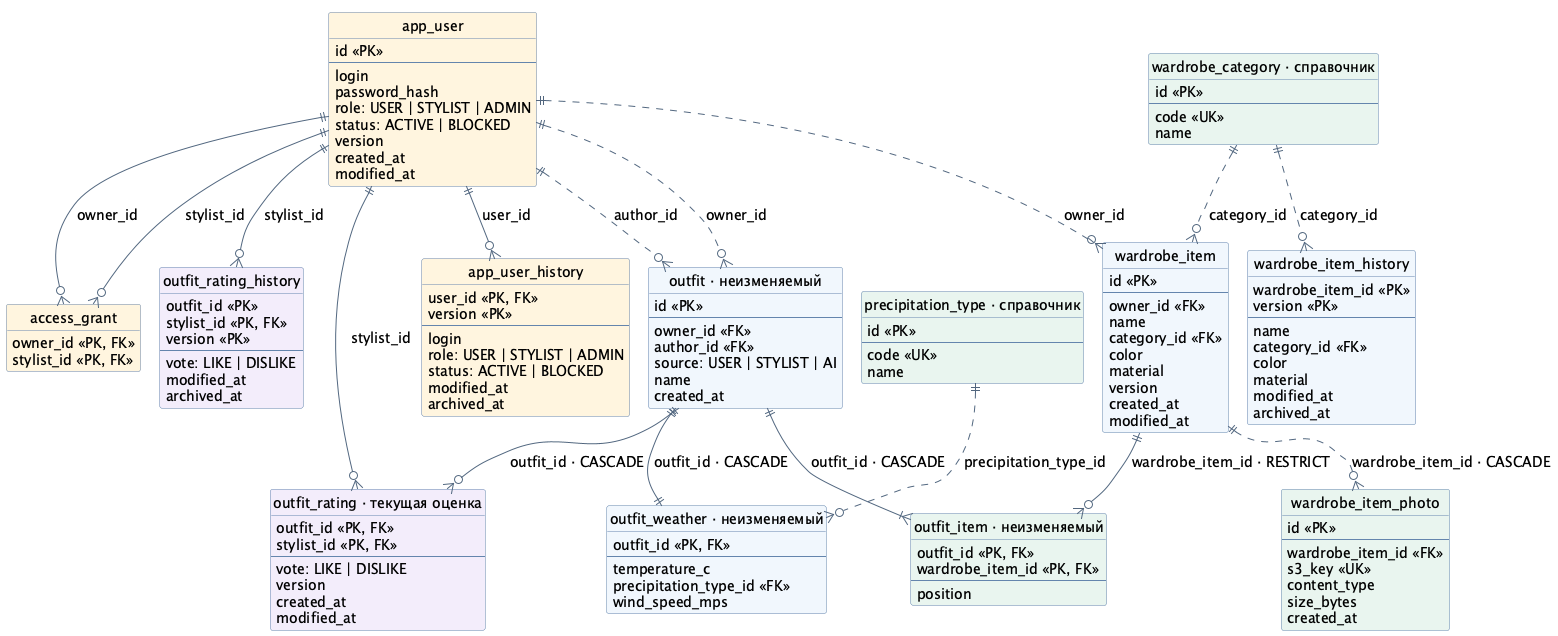
Above: docs/domain.png in SimeonGor/clothes-advisor (PlantUML), before the change.
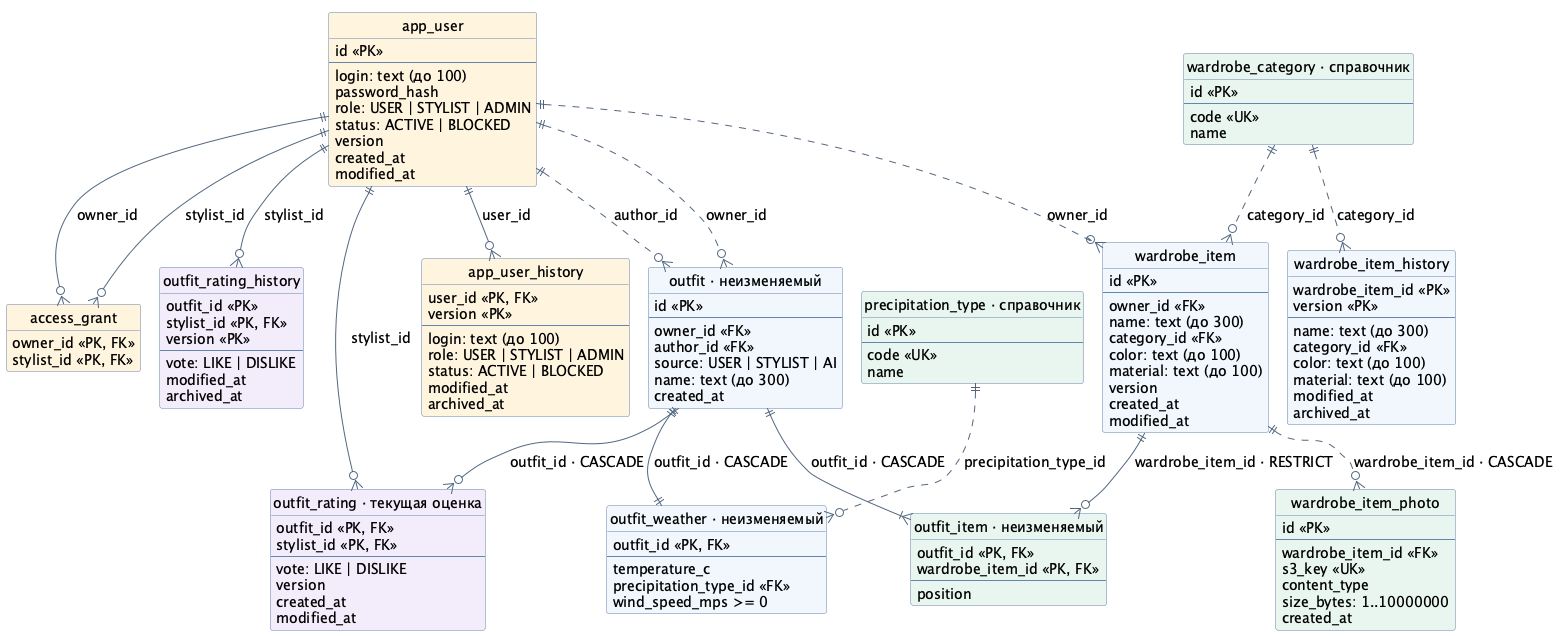
After the change.

Change to the diagram source:
```diff
@@ -18,7 +18,7 @@
 entity "app_user" as user #FFF5DF {
   id <<PK>>
   --
-  login
+  login: text (до 100)
   password_hash
   role: USER | STYLIST | ADMIN
   status: ACTIVE | BLOCKED
@@ -30,7 +30,7 @@
   user_id <<PK, FK>>
   version <<PK>>
   --
-  login
+  login: text (до 100)
   role: USER | STYLIST | ADMIN
   status: ACTIVE | BLOCKED
   modified_at
@@ -50,10 +50,10 @@
   id <<PK>>
   --
   owner_id <<FK>>
-  name
+  name: text (до 300)
   category_id <<FK>>
-  color
-  material
+  color: text (до 100)
+  material: text (до 100)
   version
   created_at
   modified_at
@@ -62,10 +62,10 @@
   wardrobe_item_id <<PK>>
   version <<PK>>
   --
-  name
+  name: text (до 300)
   category_id <<FK>>
-  color
-  material
+  color: text (до 100)
+  material: text (до 100)
   modified_at
   archived_at
 }
@@ -75,7 +75,7 @@
   wardrobe_item_id <<FK>>
   s3_key <<UK>>
   content_type
-  size_bytes
+  size_bytes: 1..10000000
   created_at
 }
 entity "outfit · неизменяемый" as outfit {
@@ -84,7 +84,7 @@
   owner_id <<FK>>
   author_id <<FK>>
   source: USER | STYLIST | AI
-  name
+  name: text (до 300)
   created_at
 }
 entity "outfit_weather · неизменяемый" as weather {
@@ -92,7 +92,7 @@
   --
   temperature_c
   precipitation_type_id <<FK>>
-  wind_speed_mps
+  wind_speed_mps >= 0
 }
 entity "precipitation_type · справочник" as precipitation #E8F5EF {
   id <<PK>>
```
